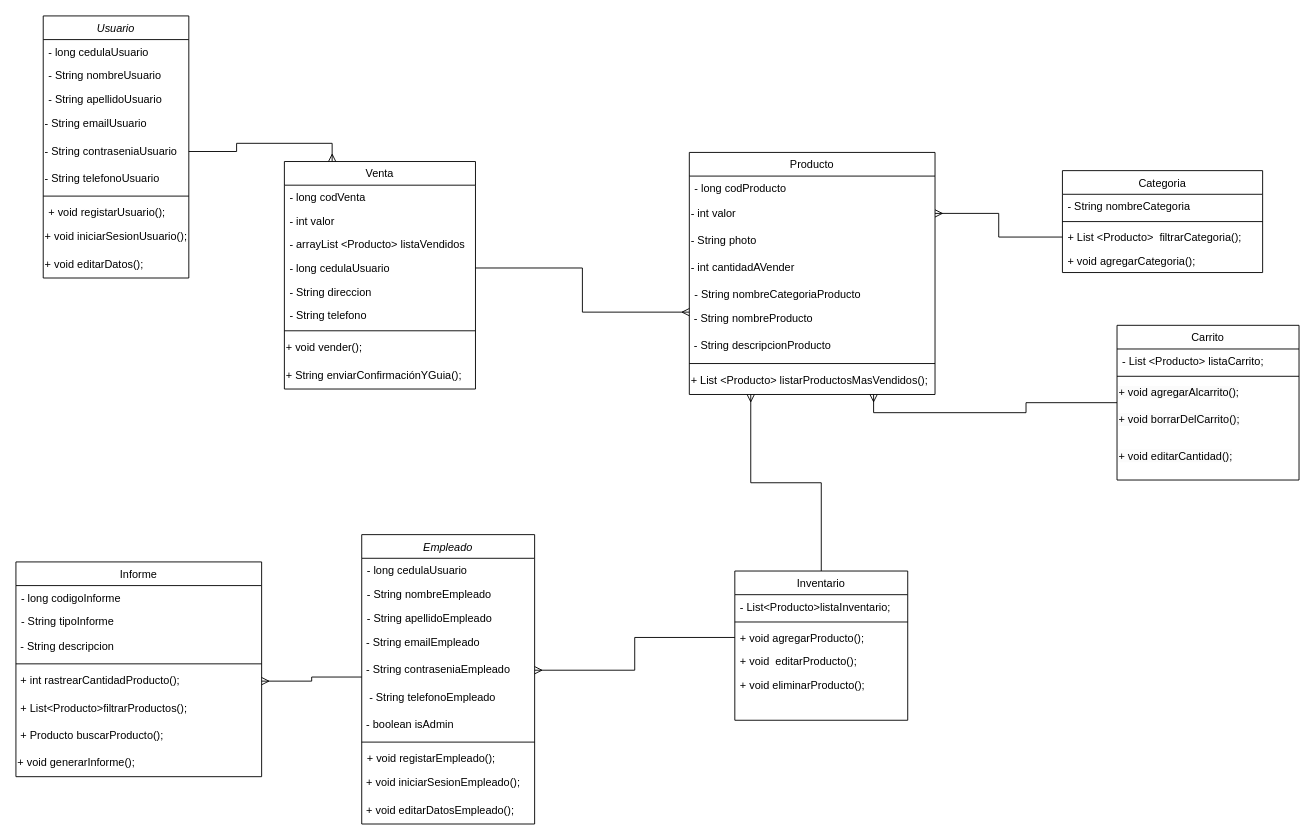
The draw.io diagram Diagrama sin título.drawio in alejo78912/Proyecto-final, before the edit. Source tidied: cells renumbered, new cells numbered last; positions are measured from the earlier drawing's top-left corner, leaving out a move shared by most shapes. Both pictures are drawn from the tidied source at 91%, with x=0, y=0 at pixel (15, 15).
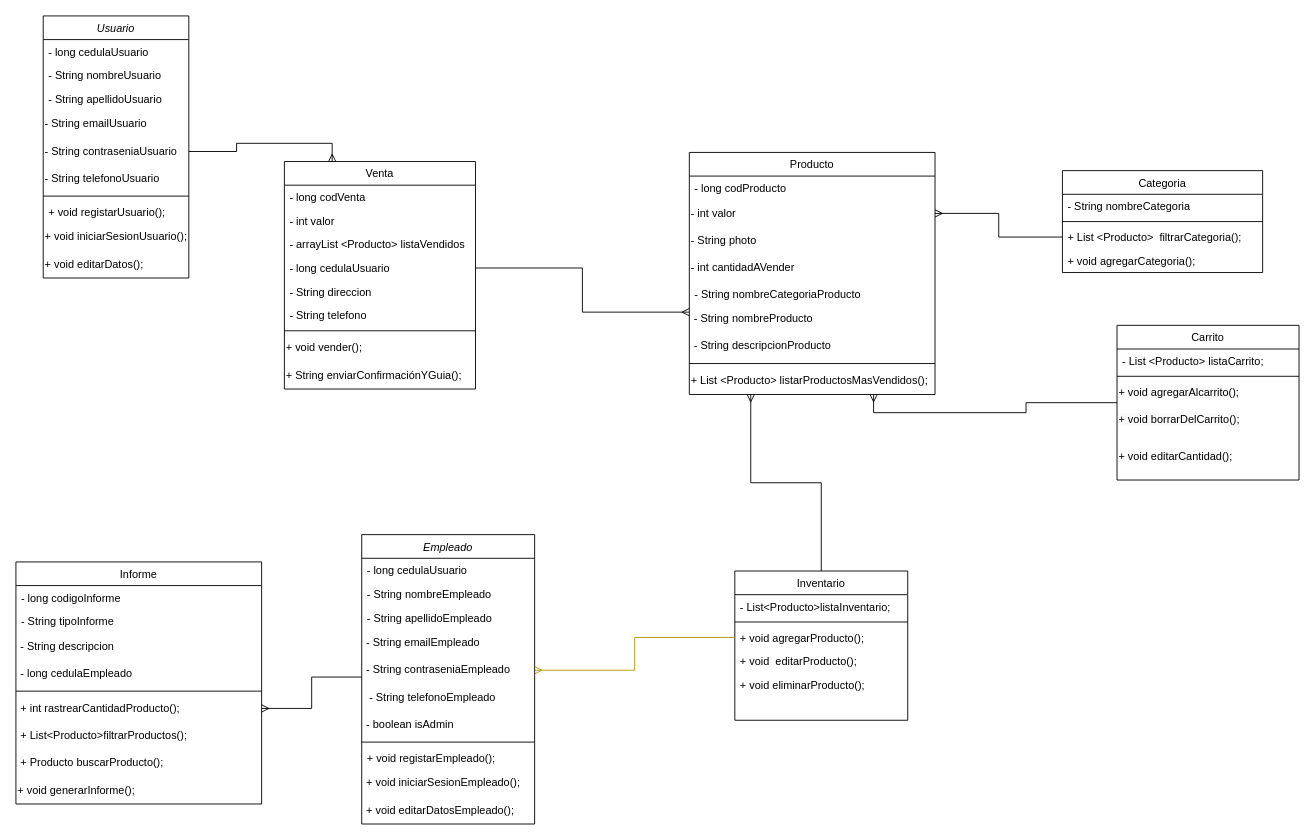
The same page after the edit.

Unchanged cells that the change refers to:
```xml
<mxCell id="49" value="+ void agregarProducto();" style="text;align=left;verticalAlign=top;spacingLeft=4;spacingRight=4;overflow=hidden;points=[[0,0.5],[1,0.5]];portConstraint=eastwest;fontStyle=0;" parent="46" vertex="1">
  <mxGeometry y="60" width="190" height="26" as="geometry" />
</mxCell>
<mxCell id="57" value="&amp;nbsp;- String contraseniaEmpleado" style="text;html=1;strokeColor=none;fillColor=none;align=left;verticalAlign=middle;whiteSpace=wrap;rounded=0;" parent="52" vertex="1">
  <mxGeometry y="134" width="190" height="30" as="geometry" />
</mxCell>
```

What changed in the source:
```diff
@@
     <mxCell id="64" value="Informe" style="swimlane;fontStyle=0;align=center;verticalAlign=top;horizontal=1;startSize=26;rounded=0;shadow=0;strokeWidth=1;" parent="1" vertex="1">
-      <mxGeometry y="600" width="270" height="236" as="geometry" />
+      <mxGeometry y="600" width="270" height="266" as="geometry" />
     </mxCell>
@@
+    <mxCell id="78" value="&amp;nbsp;- long cedulaEmpleado" style="text;html=1;strokeColor=none;fillColor=none;align=left;verticalAlign=middle;whiteSpace=wrap;rounded=0;" parent="64" vertex="1">
+      <mxGeometry y="108" width="270" height="30" as="geometry" />
+    </mxCell>
     <mxCell id="68" style="line;html=1;strokeWidth=1;align=left;verticalAlign=middle;spacingTop=-1;spacingLeft=3;spacingRight=3;labelPosition=right;" parent="64" vertex="1">
-      <mxGeometry y="108" width="270" height="8" as="geometry" />
+      <mxGeometry y="138" width="270" height="8" as="geometry" />
     </mxCell>
     <mxCell id="69" value="&amp;nbsp;+ int rastrearCantidadProducto();" style="text;html=1;strokeColor=none;fillColor=none;align=left;verticalAlign=middle;whiteSpace=wrap;rounded=0;" parent="64" vertex="1">
-      <mxGeometry y="116" width="270" height="30" as="geometry" />
+      <mxGeometry y="146" width="270" height="30" as="geometry" />
     </mxCell>
     <mxCell id="70" value="&amp;nbsp;+ List&amp;lt;Producto&amp;gt;filtrarProductos();" style="text;html=1;strokeColor=none;fillColor=none;align=left;verticalAlign=middle;whiteSpace=wrap;rounded=0;" parent="64" vertex="1">
-      <mxGeometry y="146" width="270" height="30" as="geometry" />
+      <mxGeometry y="176" width="270" height="30" as="geometry" />
     </mxCell>
     <mxCell id="71" value="&amp;nbsp;+ Producto buscarProducto();" style="text;html=1;strokeColor=none;fillColor=none;align=left;verticalAlign=middle;whiteSpace=wrap;rounded=0;" parent="64" vertex="1">
-      <mxGeometry y="176" width="270" height="30" as="geometry" />
+      <mxGeometry y="206" width="270" height="30" as="geometry" />
     </mxCell>
     <mxCell id="72" value="+ void generarInforme();" style="text;html=1;strokeColor=none;fillColor=none;align=left;verticalAlign=middle;whiteSpace=wrap;rounded=0;" parent="64" vertex="1">
-      <mxGeometry y="206" width="270" height="30" as="geometry" />
+      <mxGeometry y="236" width="270" height="30" as="geometry" />
     </mxCell>
@@
-    <mxCell id="77" style="edgeStyle=orthogonalEdgeStyle;rounded=0;jettySize=auto;html=1;entryX=1;entryY=0.5;entryDx=0;entryDy=0;endArrow=ERmany;endFill=0;" parent="1" edge="1" source="49" target="57">
+    <mxCell id="77" style="edgeStyle=orthogonalEdgeStyle;rounded=0;jettySize=auto;html=1;entryX=1;entryY=0.5;entryDx=0;entryDy=0;endArrow=ERmany;endFill=0;fillColor=#e3c800;strokeColor=#B09500;" parent="1" edge="1" source="49" target="57">
       <mxGeometry relative="1" as="geometry" />
     </mxCell>
```
